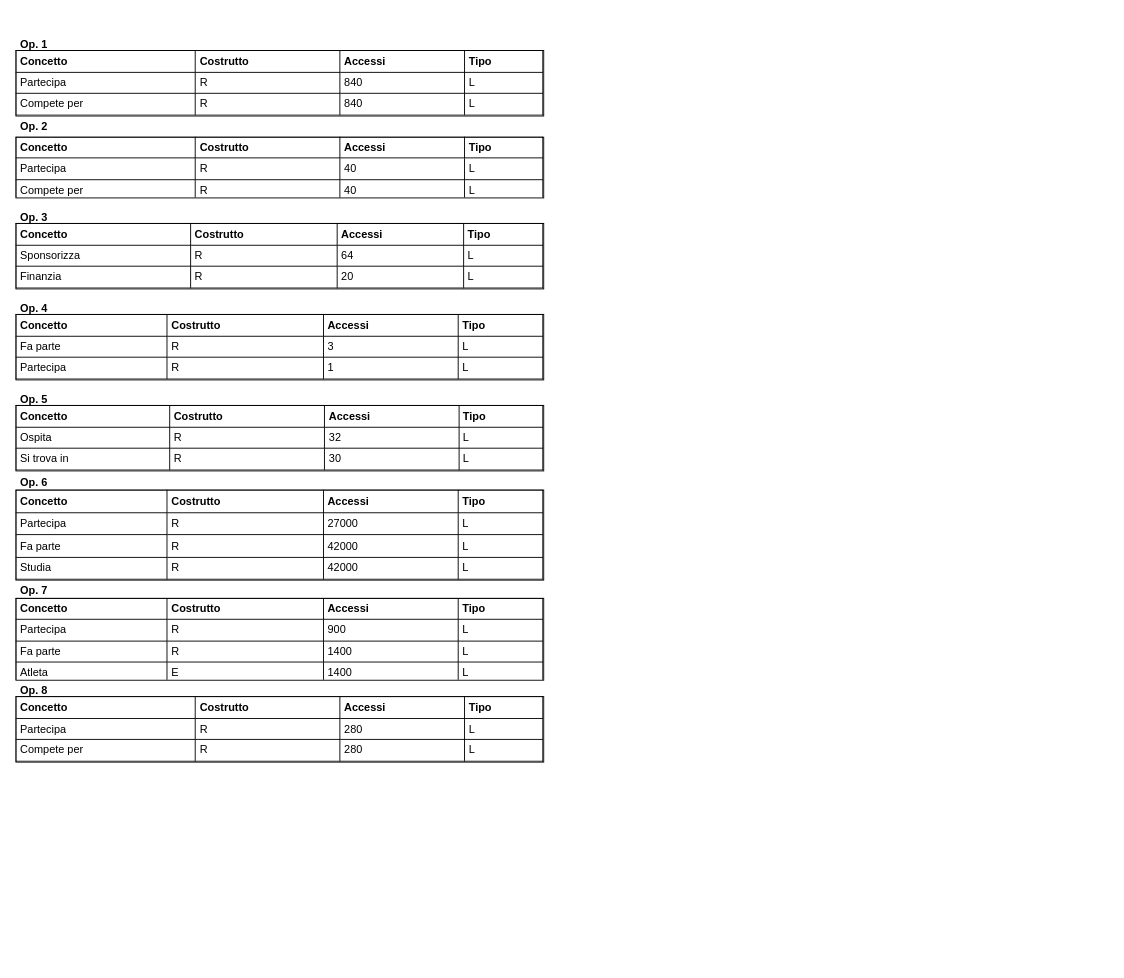
Before: page "Accessi" (7 of 7) of Olimpiadi studentesche.drawio in giovannivelludo/database-project, a draw.io diagram. Source tidied: cells renumbered, new cells numbered last; positions are measured from the earlier drawing's top-left corner, leaving out a move shared by most shapes. Both pictures are drawn from the tidied source at 91%, with x=0, y=0 at pixel (15, 43).
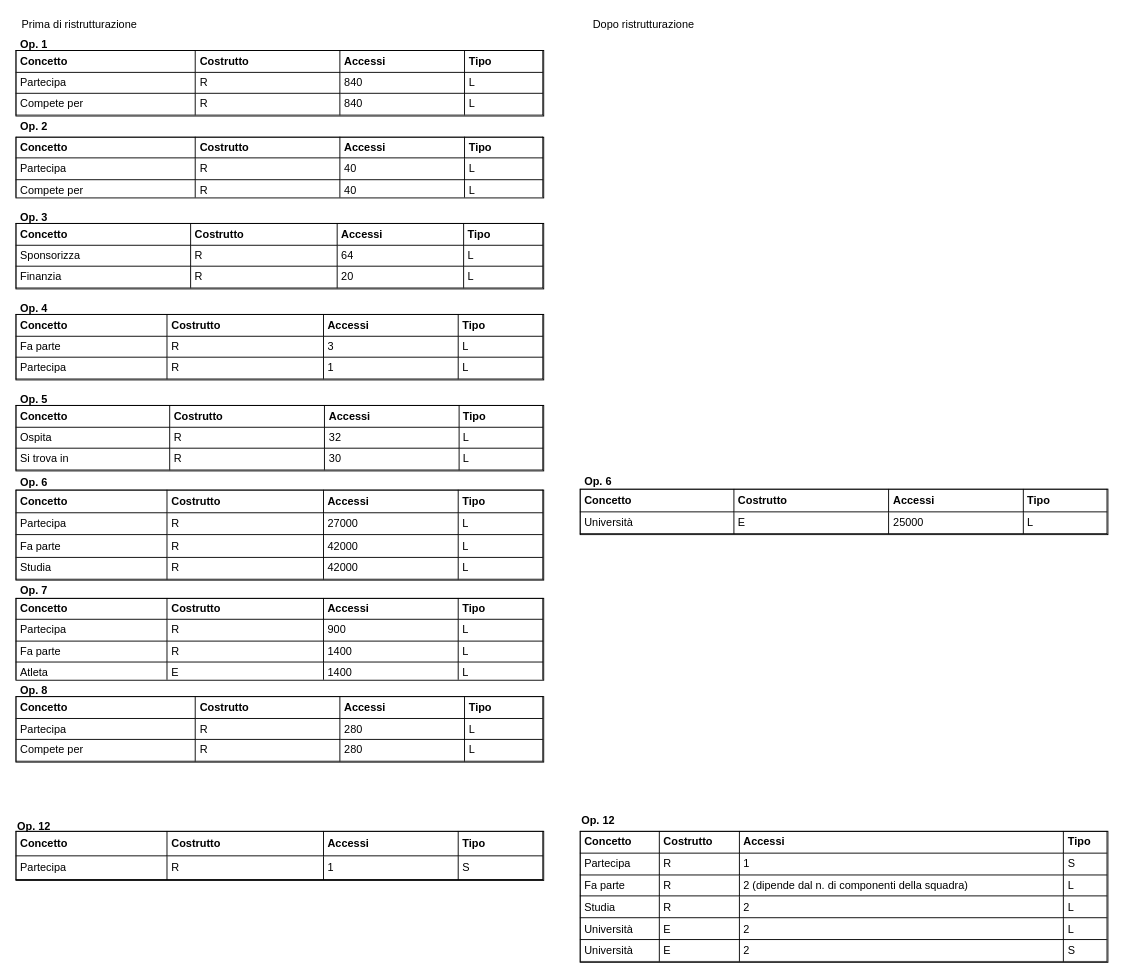
The same page after the edit.

Diff of the diagram source:
```diff
@@
+    <mxCell id="26" value="Prima di ristrutturazione" style="text;html=1;strokeColor=none;fillColor=none;align=center;verticalAlign=middle;whiteSpace=wrap;rounded=0;" parent="1" vertex="1">
+      <mxGeometry y="-30" width="140" height="20" as="geometry" />
+    </mxCell>
+    <mxCell id="27" style="group;" parent="1" vertex="1">
+      <mxGeometry x="620" y="470" width="580" height="70" as="geometry" />
+    </mxCell>
+    <mxCell id="28" value="&lt;table style=&quot;width: 100% ; height: 100% ; border-collapse: collapse ; border: 1px solid rgb(0 , 0 , 0)&quot; width=&quot;100%&quot; cellpadding=&quot;4&quot; border=&quot;1&quot; align=&quot;left&quot;&gt;&lt;tbody&gt;&lt;tr style=&quot;color: rgb(255 , 255 , 255)&quot;&gt;&lt;th align=&quot;left&quot;&gt;&lt;span&gt;&lt;font color=&quot;#000000&quot;&gt;Concetto&lt;br&gt;&lt;/font&gt;&lt;/span&gt;&lt;/th&gt;&lt;th align=&quot;left&quot;&gt;&lt;span&gt;&lt;font color=&quot;#000000&quot;&gt;Costrutto&lt;br&gt;&lt;/font&gt;&lt;/span&gt;&lt;/th&gt;&lt;td&gt;&lt;font color=&quot;#000000&quot;&gt;&lt;b&gt;Accessi&lt;/b&gt;&lt;/font&gt;&lt;br&gt;&lt;/td&gt;&lt;td&gt;&lt;b&gt;&lt;font color=&quot;#000000&quot;&gt;Tipo&lt;/font&gt;&lt;/b&gt;&lt;br&gt;&lt;/td&gt;&lt;/tr&gt;&lt;tr&gt;&lt;td&gt;Università&lt;/td&gt;&lt;td&gt;&lt;span&gt;E&lt;/span&gt;&lt;/td&gt;&lt;td&gt;25000&lt;/td&gt;&lt;td&gt;L&lt;br&gt;&lt;/td&gt;&lt;/tr&gt;&lt;/tbody&gt;&lt;/table&gt;" style="text;html=1;strokeColor=#000000;fillColor=#ffffff;overflow=fill;rounded=0;" parent="27" vertex="1">
+      <mxGeometry y="20" width="580" height="50" as="geometry" />
+    </mxCell>
+    <mxCell id="29" value="&lt;b&gt;Op. 6&lt;br&gt;&lt;/b&gt;" style="text;html=1;strokeColor=none;fillColor=none;align=center;verticalAlign=middle;whiteSpace=wrap;rounded=0;" parent="27" vertex="1">
+      <mxGeometry y="10" width="40" height="3.3" as="geometry" />
+    </mxCell>
+    <mxCell id="30" value="Dopo ristrutturazione" style="text;html=1;strokeColor=none;fillColor=none;align=center;verticalAlign=middle;whiteSpace=wrap;rounded=0;" parent="1" vertex="1">
+      <mxGeometry x="620" y="-30" width="140" height="20" as="geometry" />
+    </mxCell>
+    <mxCell id="31" style="group;" parent="1" vertex="1">
+      <mxGeometry y="860" width="580" height="60" as="geometry" />
+    </mxCell>
+    <mxCell id="32" value="&lt;table style=&quot;width: 100% ; height: 100% ; border-collapse: collapse ; border: 1px solid rgb(0 , 0 , 0)&quot; width=&quot;100%&quot; cellpadding=&quot;4&quot; border=&quot;1&quot; align=&quot;left&quot;&gt;&lt;tbody&gt;&lt;tr style=&quot;color: rgb(255 , 255 , 255)&quot;&gt;&lt;th align=&quot;left&quot;&gt;&lt;span&gt;&lt;font color=&quot;#000000&quot;&gt;Concetto&lt;br&gt;&lt;/font&gt;&lt;/span&gt;&lt;/th&gt;&lt;th align=&quot;left&quot;&gt;&lt;span&gt;&lt;font color=&quot;#000000&quot;&gt;Costrutto&lt;br&gt;&lt;/font&gt;&lt;/span&gt;&lt;/th&gt;&lt;td&gt;&lt;font color=&quot;#000000&quot;&gt;&lt;b&gt;Accessi&lt;/b&gt;&lt;/font&gt;&lt;br&gt;&lt;/td&gt;&lt;td&gt;&lt;b&gt;&lt;font color=&quot;#000000&quot;&gt;Tipo&lt;/font&gt;&lt;/b&gt;&lt;br&gt;&lt;/td&gt;&lt;/tr&gt;&lt;tr&gt;&lt;td&gt;Partecipa&lt;br&gt;&lt;/td&gt;&lt;td&gt;&lt;span&gt;R&lt;br&gt;&lt;/span&gt;&lt;/td&gt;&lt;td&gt;1&lt;/td&gt;&lt;td&gt;S&lt;/td&gt;&lt;/tr&gt;&lt;/tbody&gt;&lt;/table&gt;" style="text;html=1;strokeColor=#000000;fillColor=#ffffff;overflow=fill;rounded=0;" parent="31" vertex="1">
+      <mxGeometry y="6" width="580" height="54" as="geometry" />
+    </mxCell>
+    <mxCell id="33" value="&lt;b&gt;Op. 12&lt;br&gt;&lt;/b&gt;" style="text;html=1;strokeColor=none;fillColor=none;align=center;verticalAlign=middle;whiteSpace=wrap;rounded=0;" parent="31" vertex="1">
+      <mxGeometry width="40" height="2.8" as="geometry" />
+    </mxCell>
+    <mxCell id="34" style="group;" parent="1" vertex="1">
+      <mxGeometry x="620" y="850" width="580" height="160" as="geometry" />
+    </mxCell>
+    <mxCell id="35" value="&lt;table style=&quot;width: 100% ; height: 100% ; border-collapse: collapse ; border: 1px solid rgb(0 , 0 , 0)&quot; width=&quot;100%&quot; cellpadding=&quot;4&quot; border=&quot;1&quot; align=&quot;left&quot;&gt;&lt;tbody&gt;&lt;tr style=&quot;color: rgb(255 , 255 , 255)&quot;&gt;&lt;th align=&quot;left&quot;&gt;&lt;span&gt;&lt;font color=&quot;#000000&quot;&gt;Concetto&lt;br&gt;&lt;/font&gt;&lt;/span&gt;&lt;/th&gt;&lt;th align=&quot;left&quot;&gt;&lt;span&gt;&lt;font color=&quot;#000000&quot;&gt;Costrutto&lt;br&gt;&lt;/font&gt;&lt;/span&gt;&lt;/th&gt;&lt;td&gt;&lt;font color=&quot;#000000&quot;&gt;&lt;b&gt;Accessi&lt;/b&gt;&lt;/font&gt;&lt;br&gt;&lt;/td&gt;&lt;td&gt;&lt;b&gt;&lt;font color=&quot;#000000&quot;&gt;Tipo&lt;/font&gt;&lt;/b&gt;&lt;br&gt;&lt;/td&gt;&lt;/tr&gt;&lt;tr&gt;&lt;td&gt;Partecipa&lt;br&gt;&lt;/td&gt;&lt;td&gt;&lt;span&gt;R&lt;br&gt;&lt;/span&gt;&lt;/td&gt;&lt;td&gt;1&lt;/td&gt;&lt;td&gt;S&lt;/td&gt;&lt;/tr&gt;&lt;tr&gt;&lt;td&gt;Fa parte&lt;/td&gt;&lt;td&gt;R&lt;/td&gt;&lt;td&gt;2 (dipende dal n. di componenti della squadra)&lt;/td&gt;&lt;td&gt;L&lt;/td&gt;&lt;/tr&gt;&lt;tr&gt;&lt;td&gt;Studia&lt;/td&gt;&lt;td&gt;R&lt;/td&gt;&lt;td&gt;2&lt;/td&gt;&lt;td&gt;L&lt;/td&gt;&lt;/tr&gt;&lt;tr&gt;&lt;td&gt;Università&lt;/td&gt;&lt;td&gt;E&lt;/td&gt;&lt;td&gt;2&lt;/td&gt;&lt;td&gt;L&lt;/td&gt;&lt;/tr&gt;&lt;tr&gt;&lt;td&gt;Università&lt;/td&gt;&lt;td&gt;E&lt;/td&gt;&lt;td&gt;2&lt;/td&gt;&lt;td&gt;S&lt;/td&gt;&lt;/tr&gt;&lt;/tbody&gt;&lt;/table&gt;" style="text;html=1;strokeColor=#000000;fillColor=#ffffff;overflow=fill;rounded=0;" parent="34" vertex="1">
+      <mxGeometry y="16" width="580" height="144" as="geometry" />
+    </mxCell>
+    <mxCell id="36" value="&lt;b&gt;Op. 12&lt;br&gt;&lt;/b&gt;" style="text;html=1;strokeColor=none;fillColor=none;align=center;verticalAlign=middle;whiteSpace=wrap;rounded=0;" parent="34" vertex="1">
+      <mxGeometry width="40" height="7.4" as="geometry" />
+    </mxCell>
```
